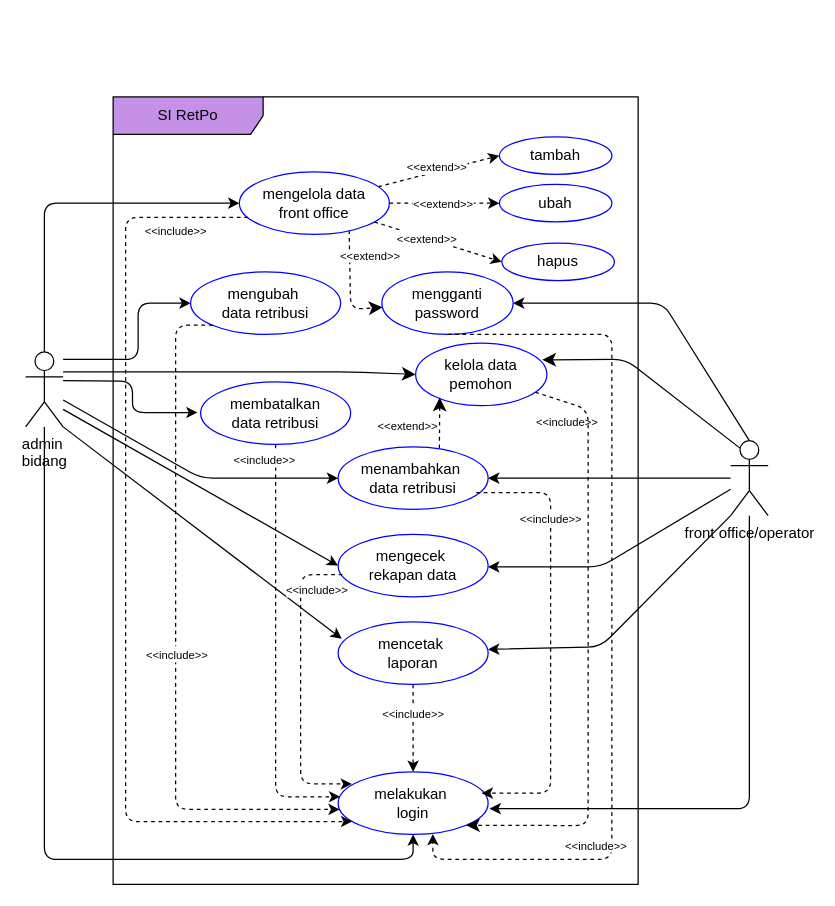
This is page "use case" (1 of 3) of SI-retribusi.drawio from eenattayani/desain, a draw.io file, before an edit. Source tidied: cells renumbered, new cells numbered last; positions are measured from the earlier drawing's top-left corner, leaving out a move shared by most shapes. Both pictures are drawn from the tidied source at 125%, with x=0, y=0 at pixel (25, 96).
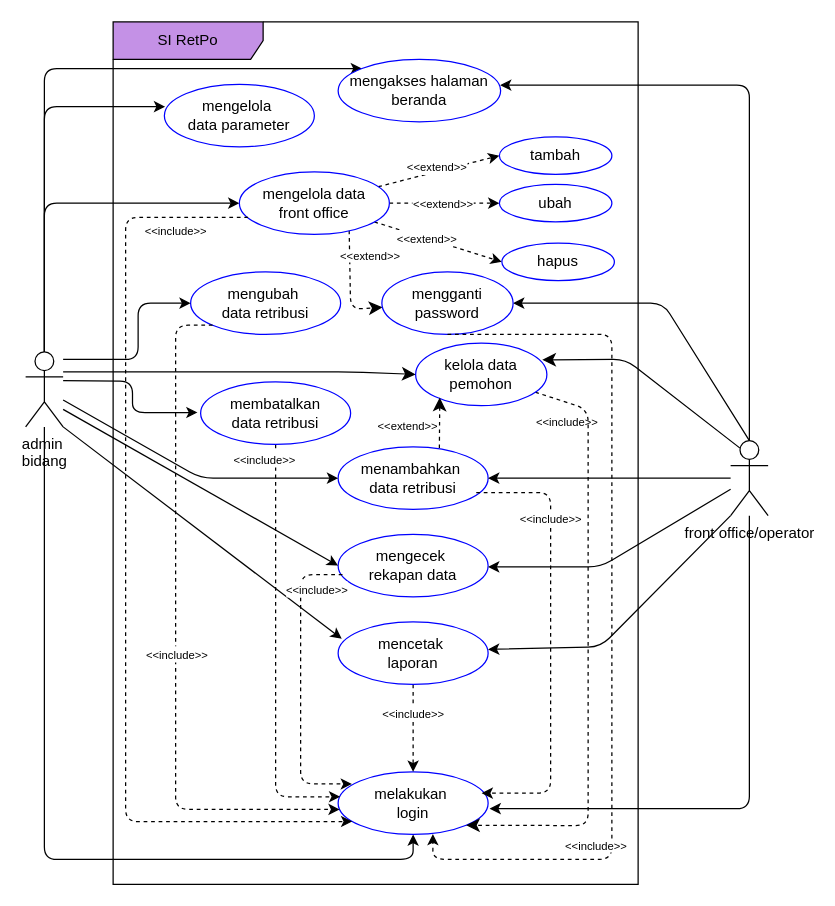
After the change.

Unchanged cells that the change refers to:
```xml
<mxCell id="6" value="admin&amp;nbsp;&lt;div&gt;bidang&lt;/div&gt;" style="shape=umlActor;verticalLabelPosition=bottom;verticalAlign=top;html=1;outlineConnect=0;align=center;" parent="1" vertex="1">
  <mxGeometry y="204" width="30" height="60" as="geometry" />
</mxCell>
<mxCell id="10" value="front office/operator" style="shape=umlActor;verticalLabelPosition=bottom;verticalAlign=top;html=1;outlineConnect=0;" parent="1" vertex="1">
  <mxGeometry x="564" y="275" width="30" height="60" as="geometry" />
</mxCell>
```

The edit, as a diff of the source:
```diff
@@
+    <mxCell id="57" style="edgeStyle=orthogonalEdgeStyle;rounded=1;jettySize=auto;html=1;entryX=0;entryY=0;entryDx=0;entryDy=0;curved=0;" parent="1" edge="1" source="6" target="60">
+      <mxGeometry relative="1" as="geometry">
+        <Array as="points">
+          <mxPoint x="15" y="-23" />
+        </Array>
+      </mxGeometry>
+    </mxCell>
@@
     <mxCell id="7" value="SI RetPo" style="shape=umlFrame;whiteSpace=wrap;html=1;fillColor=#C491E6;width=120;height=30;" parent="1" vertex="1">
-      <mxGeometry x="70" width="420" height="630" as="geometry" />
+      <mxGeometry x="70" y="-60" width="420" height="690" as="geometry" />
     </mxCell>
@@
+    <mxCell id="58" value="mengelola&amp;nbsp;&lt;div&gt;data&amp;nbsp;&lt;span style=&quot;background-color: transparent; color: light-dark(rgb(0, 0, 0), rgb(255, 255, 255));&quot;&gt;parameter&lt;/span&gt;&lt;/div&gt;" style="ellipse;whiteSpace=wrap;html=1;strokeColor=#0000FF;shadow=0;" parent="1" vertex="1">
+      <mxGeometry x="111" y="-10" width="120" height="50" as="geometry" />
+    </mxCell>
+    <mxCell id="59" style="edgeStyle=orthogonalEdgeStyle;rounded=1;jettySize=auto;html=1;exitX=0.5;exitY=0;exitDx=0;exitDy=0;exitPerimeter=0;entryX=0.005;entryY=0.356;entryDx=0;entryDy=0;entryPerimeter=0;curved=0;" parent="1" edge="1" source="6" target="58">
+      <mxGeometry relative="1" as="geometry" />
+    </mxCell>
+    <mxCell id="60" value="mengakses halaman beranda" style="ellipse;whiteSpace=wrap;html=1;strokeColor=#0000FF;shadow=0;" parent="1" vertex="1">
+      <mxGeometry x="250" y="-30" width="130" height="50" as="geometry" />
+    </mxCell>
+    <mxCell id="61" style="edgeStyle=orthogonalEdgeStyle;rounded=1;jettySize=auto;html=1;entryX=0.997;entryY=0.412;entryDx=0;entryDy=0;entryPerimeter=0;curved=0;" parent="1" edge="1" source="10" target="60">
+      <mxGeometry relative="1" as="geometry">
+        <Array as="points">
+          <mxPoint x="579" y="-9" />
+        </Array>
+      </mxGeometry>
+    </mxCell>
```
